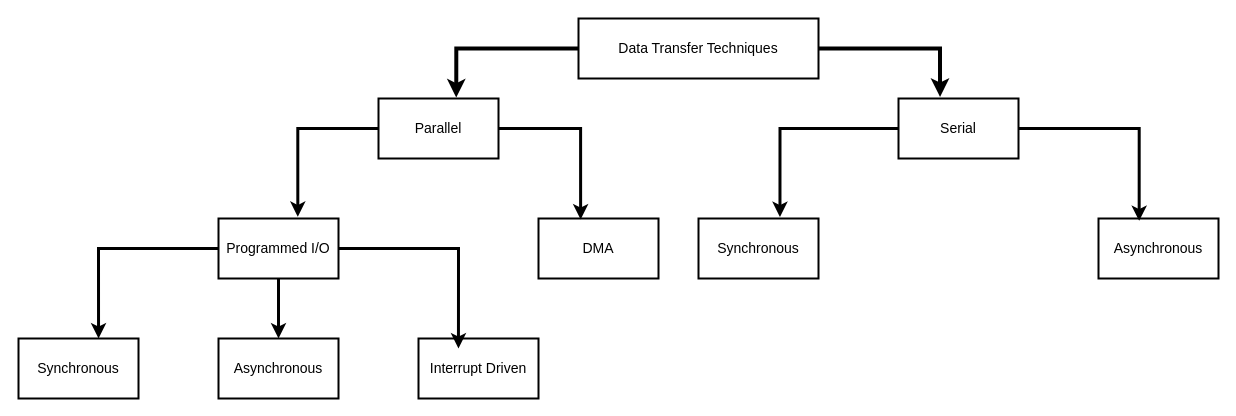
The draw.io diagram modes of data transfer.drawio in mzndnes/resume, before the edit. Source tidied: cells renumbered, new cells numbered last; positions are measured from the earlier drawing's top-left corner, leaving out a move shared by most shapes. Both pictures are drawn from the tidied source at 100%, with x=0, y=0 at pixel (18, 18).
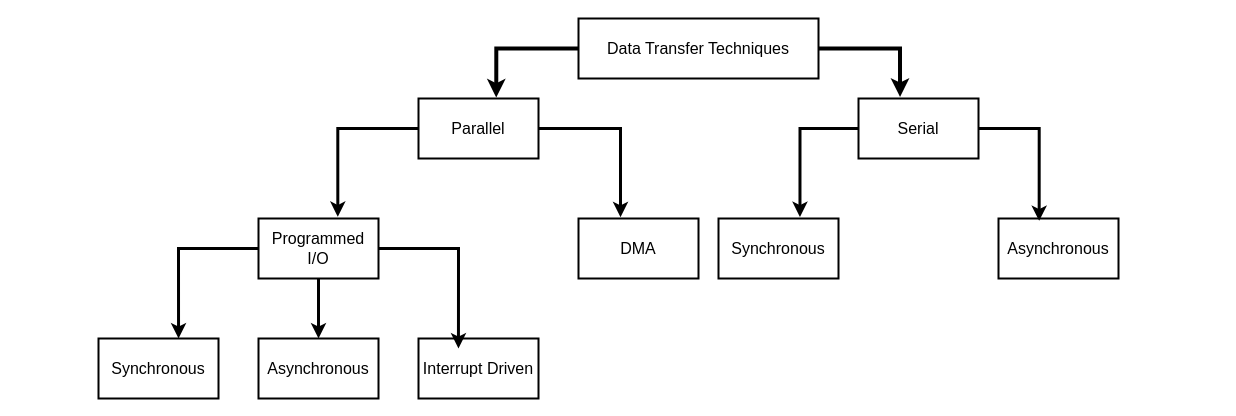
Above is the later version.

The edit, as a diff of the source:
```diff
@@
-    <mxCell id="2" value="Data Transfer Techniques" style="rounded=0;whiteSpace=wrap;html=1;strokeWidth=2;fontSize=14;" parent="1" vertex="1">
+    <mxCell id="2" value="Data Transfer Techniques" style="rounded=0;whiteSpace=wrap;html=1;strokeWidth=2;fontSize=16;" parent="1" vertex="1">
       <mxGeometry x="560" width="240" height="60" as="geometry" />
     </mxCell>
-    <mxCell id="3" value="Parallel" style="rounded=0;whiteSpace=wrap;html=1;strokeWidth=2;fontSize=14;" parent="1" vertex="1">
-      <mxGeometry x="360" y="80" width="120" height="60" as="geometry" />
+    <mxCell id="3" value="Parallel" style="rounded=0;whiteSpace=wrap;html=1;strokeWidth=2;fontSize=16;" parent="1" vertex="1">
+      <mxGeometry x="400" y="80" width="120" height="60" as="geometry" />
     </mxCell>
-    <mxCell id="4" value="Serial" style="rounded=0;whiteSpace=wrap;html=1;strokeWidth=2;fontSize=14;" parent="1" vertex="1">
-      <mxGeometry x="880" y="80" width="120" height="60" as="geometry" />
+    <mxCell id="4" value="Serial" style="rounded=0;whiteSpace=wrap;html=1;strokeWidth=2;fontSize=16;" parent="1" vertex="1">
+      <mxGeometry x="840" y="80" width="120" height="60" as="geometry" />
     </mxCell>
-    <mxCell id="5" value="Synchronous" style="rounded=0;whiteSpace=wrap;html=1;strokeWidth=2;fontSize=14;" parent="1" vertex="1">
-      <mxGeometry x="680" y="200" width="120" height="60" as="geometry" />
+    <mxCell id="5" value="Synchronous" style="rounded=0;whiteSpace=wrap;html=1;strokeWidth=2;fontSize=16;" parent="1" vertex="1">
+      <mxGeometry x="700" y="200" width="120" height="60" as="geometry" />
     </mxCell>
-    <mxCell id="6" value="Asynchronous" style="rounded=0;whiteSpace=wrap;html=1;strokeWidth=2;fontSize=14;" parent="1" vertex="1">
-      <mxGeometry x="1080" y="200" width="120" height="60" as="geometry" />
+    <mxCell id="6" value="Asynchronous" style="rounded=0;whiteSpace=wrap;html=1;strokeWidth=2;fontSize=16;" parent="1" vertex="1">
+      <mxGeometry x="980" y="200" width="120" height="60" as="geometry" />
     </mxCell>
-    <mxCell id="7" style="edgeStyle=orthogonalEdgeStyle;rounded=0;jettySize=auto;html=1;entryX=0.5;entryY=0;entryDx=0;entryDy=0;strokeWidth=3;" parent="1" edge="1" source="8" target="11">
+    <mxCell id="7" style="edgeStyle=orthogonalEdgeStyle;rounded=0;jettySize=auto;html=1;entryX=0.5;entryY=0;entryDx=0;entryDy=0;strokeWidth=3;fontSize=16;" parent="1" edge="1" source="8" target="11">
       <mxGeometry relative="1" as="geometry" />
     </mxCell>
-    <mxCell id="8" value="Programmed I/O" style="rounded=0;whiteSpace=wrap;html=1;strokeWidth=2;fontSize=14;" parent="1" vertex="1">
-      <mxGeometry x="200" y="200" width="120" height="60" as="geometry" />
+    <mxCell id="8" value="Programmed I/O" style="rounded=0;whiteSpace=wrap;html=1;strokeWidth=2;fontSize=16;" parent="1" vertex="1">
+      <mxGeometry x="240" y="200" width="120" height="60" as="geometry" />
     </mxCell>
-    <mxCell id="9" value="DMA" style="rounded=0;whiteSpace=wrap;html=1;strokeWidth=2;fontSize=14;" parent="1" vertex="1">
-      <mxGeometry x="520" y="200" width="120" height="60" as="geometry" />
+    <mxCell id="9" value="DMA" style="rounded=0;whiteSpace=wrap;html=1;strokeWidth=2;fontSize=16;" parent="1" vertex="1">
+      <mxGeometry x="560" y="200" width="120" height="60" as="geometry" />
     </mxCell>
-    <mxCell id="10" value="Synchronous" style="rounded=0;whiteSpace=wrap;html=1;strokeWidth=2;fontSize=14;" parent="1" vertex="1">
-      <mxGeometry y="320" width="120" height="60" as="geometry" />
+    <mxCell id="10" value="Synchronous" style="rounded=0;whiteSpace=wrap;html=1;strokeWidth=2;fontSize=16;" parent="1" vertex="1">
+      <mxGeometry x="80" y="320" width="120" height="60" as="geometry" />
     </mxCell>
-    <mxCell id="11" value="Asynchronous" style="rounded=0;whiteSpace=wrap;html=1;strokeWidth=2;fontSize=14;" parent="1" vertex="1">
-      <mxGeometry x="200" y="320" width="120" height="60" as="geometry" />
+    <mxCell id="11" value="Asynchronous" style="rounded=0;whiteSpace=wrap;html=1;strokeWidth=2;fontSize=16;" parent="1" vertex="1">
+      <mxGeometry x="240" y="320" width="120" height="60" as="geometry" />
     </mxCell>
-    <mxCell id="12" value="Interrupt Driven" style="rounded=0;whiteSpace=wrap;html=1;strokeWidth=2;fontSize=14;" parent="1" vertex="1">
+    <mxCell id="12" value="Interrupt Driven" style="rounded=0;whiteSpace=wrap;html=1;strokeWidth=2;fontSize=16;" parent="1" vertex="1">
       <mxGeometry x="400" y="320" width="120" height="60" as="geometry" />
     </mxCell>
-    <mxCell id="13" style="edgeStyle=orthogonalEdgeStyle;rounded=0;jettySize=auto;html=1;entryX=0.648;entryY=-0.017;entryDx=0;entryDy=0;entryPerimeter=0;strokeWidth=4;" parent="1" edge="1" source="2" target="3">
+    <mxCell id="13" style="edgeStyle=orthogonalEdgeStyle;rounded=0;jettySize=auto;html=1;entryX=0.648;entryY=-0.017;entryDx=0;entryDy=0;entryPerimeter=0;strokeWidth=4;fontSize=16;" parent="1" edge="1" source="2" target="3">
       <mxGeometry relative="1" as="geometry" />
     </mxCell>
-    <mxCell id="14" style="edgeStyle=orthogonalEdgeStyle;rounded=0;jettySize=auto;html=1;entryX=0.346;entryY=-0.027;entryDx=0;entryDy=0;entryPerimeter=0;strokeWidth=4;" parent="1" edge="1" source="2" target="4">
+    <mxCell id="14" style="edgeStyle=orthogonalEdgeStyle;rounded=0;jettySize=auto;html=1;entryX=0.346;entryY=-0.027;entryDx=0;entryDy=0;entryPerimeter=0;strokeWidth=4;fontSize=16;" parent="1" edge="1" source="2" target="4">
       <mxGeometry relative="1" as="geometry" />
     </mxCell>
-    <mxCell id="15" style="edgeStyle=orthogonalEdgeStyle;rounded=0;jettySize=auto;html=1;entryX=0.679;entryY=-0.024;entryDx=0;entryDy=0;entryPerimeter=0;strokeWidth=3;" parent="1" edge="1" source="4" target="5">
+    <mxCell id="15" style="edgeStyle=orthogonalEdgeStyle;rounded=0;jettySize=auto;html=1;entryX=0.679;entryY=-0.024;entryDx=0;entryDy=0;entryPerimeter=0;strokeWidth=3;fontSize=16;" parent="1" edge="1" source="4" target="5">
       <mxGeometry relative="1" as="geometry" />
     </mxCell>
-    <mxCell id="16" style="edgeStyle=orthogonalEdgeStyle;rounded=0;jettySize=auto;html=1;entryX=0.339;entryY=0.039;entryDx=0;entryDy=0;entryPerimeter=0;strokeWidth=3;" parent="1" edge="1" source="4" target="6">
+    <mxCell id="16" style="edgeStyle=orthogonalEdgeStyle;rounded=0;jettySize=auto;html=1;entryX=0.339;entryY=0.039;entryDx=0;entryDy=0;entryPerimeter=0;strokeWidth=3;fontSize=16;" parent="1" edge="1" source="4" target="6">
       <mxGeometry relative="1" as="geometry" />
     </mxCell>
-    <mxCell id="17" style="edgeStyle=orthogonalEdgeStyle;rounded=0;jettySize=auto;html=1;entryX=0.661;entryY=-0.028;entryDx=0;entryDy=0;entryPerimeter=0;strokeWidth=3;" parent="1" edge="1" source="3" target="8">
+    <mxCell id="17" style="edgeStyle=orthogonalEdgeStyle;rounded=0;jettySize=auto;html=1;entryX=0.661;entryY=-0.028;entryDx=0;entryDy=0;entryPerimeter=0;strokeWidth=3;fontSize=16;" parent="1" edge="1" source="3" target="8">
       <mxGeometry relative="1" as="geometry" />
     </mxCell>
-    <mxCell id="18" style="edgeStyle=orthogonalEdgeStyle;rounded=0;jettySize=auto;html=1;entryX=0.351;entryY=0.016;entryDx=0;entryDy=0;entryPerimeter=0;strokeWidth=3;" parent="1" edge="1" source="3" target="9">
-      <mxGeometry relative="1" as="geometry" />
-    </mxCell>
-    <mxCell id="19" style="edgeStyle=orthogonalEdgeStyle;rounded=0;jettySize=auto;html=1;entryX=0.667;entryY=0;entryDx=0;entryDy=0;entryPerimeter=0;strokeWidth=3;" parent="1" edge="1" source="8" target="10">
+    <mxCell id="19" style="edgeStyle=orthogonalEdgeStyle;rounded=0;jettySize=auto;html=1;entryX=0.667;entryY=0;entryDx=0;entryDy=0;entryPerimeter=0;strokeWidth=3;fontSize=16;" parent="1" edge="1" source="8" target="10">
       <mxGeometry relative="1" as="geometry" />
     </mxCell>
-    <mxCell id="20" style="edgeStyle=orthogonalEdgeStyle;rounded=0;jettySize=auto;html=1;entryX=0.333;entryY=0.167;entryDx=0;entryDy=0;entryPerimeter=0;strokeWidth=3;" parent="1" edge="1" source="8" target="12">
+    <mxCell id="20" style="edgeStyle=orthogonalEdgeStyle;rounded=0;jettySize=auto;html=1;entryX=0.333;entryY=0.167;entryDx=0;entryDy=0;entryPerimeter=0;strokeWidth=3;fontSize=16;" parent="1" edge="1" source="8" target="12">
       <mxGeometry relative="1" as="geometry" />
     </mxCell>
+    <mxCell id="18" style="edgeStyle=orthogonalEdgeStyle;rounded=0;jettySize=auto;html=1;entryX=0.35;entryY=-0.02;entryDx=0;entryDy=0;entryPerimeter=0;strokeWidth=3;fontSize=16;" parent="1" edge="1" source="3" target="9">
+      <mxGeometry relative="1" as="geometry" />
+    </mxCell>
```
